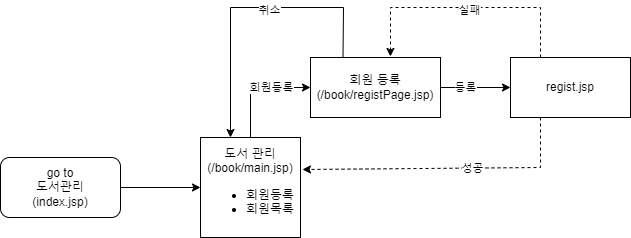
This is bookDB/bookManager_FlowChart.png from junHyeokP/DataBase_Connection, a draw.io export, as it was before one commit. Source tidied: cells renumbered, new cells last; positions are measured from the earlier drawing's top-left corner, leaving out a move shared by most shapes.
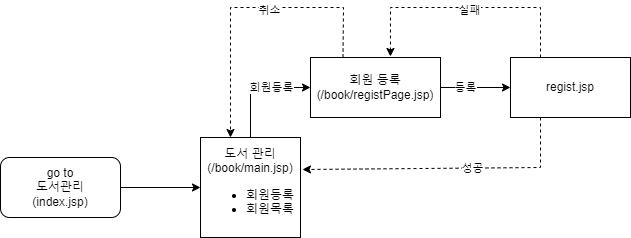
After the commit.

Diff of the diagram source:
```diff
@@ -27,7 +27,7 @@
     <mxCell id="7" value="회원 등록&lt;div&gt;(/book/registPage.jsp)&lt;/div&gt;" style="rounded=0;whiteSpace=wrap;html=1;" parent="1" vertex="1">
       <mxGeometry x="310" y="50" width="130" height="60" as="geometry" />
     </mxCell>
-    <mxCell id="8" style="endArrow=classic;html=1;rounded=0;exitX=0.25;exitY=0;exitDx=0;exitDy=0;" parent="1" edge="1" source="7">
+    <mxCell id="8" style="endArrow=classic;html=1;rounded=0;exitX=0.25;exitY=0;exitDx=0;exitDy=0;dashed=1;" parent="1" edge="1" source="7">
       <mxGeometry relative="1" as="geometry">
         <mxPoint x="230" y="130" as="targetPoint" />
         <Array as="points">
```
